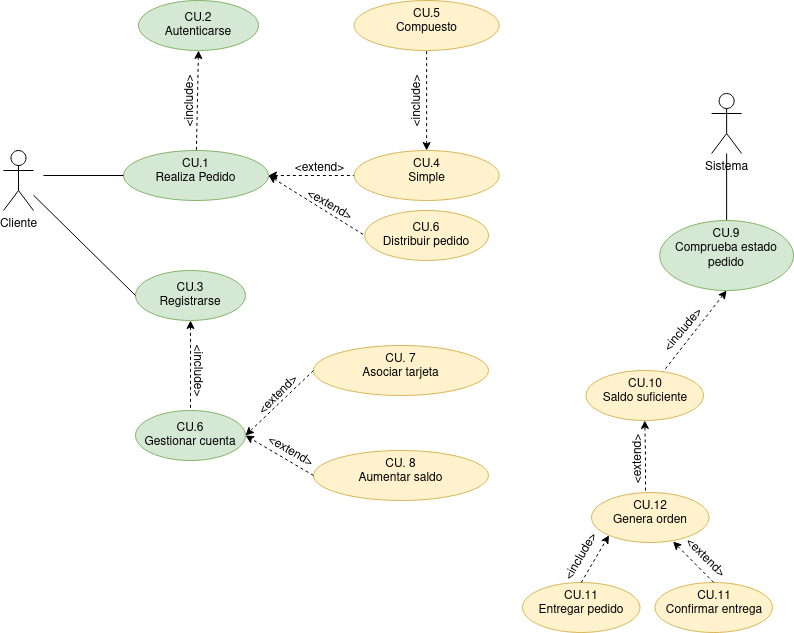
colidom/ets keeps this draw.io diagram as Tareas/casosUso/Tarea5-Tienda Virtual/TiendaVirtual.drawio.png. Above is the earlier version. Source tidied: cells renumbered, new cells last; positions are measured from the earlier drawing's top-left corner, leaving out a move shared by most shapes.
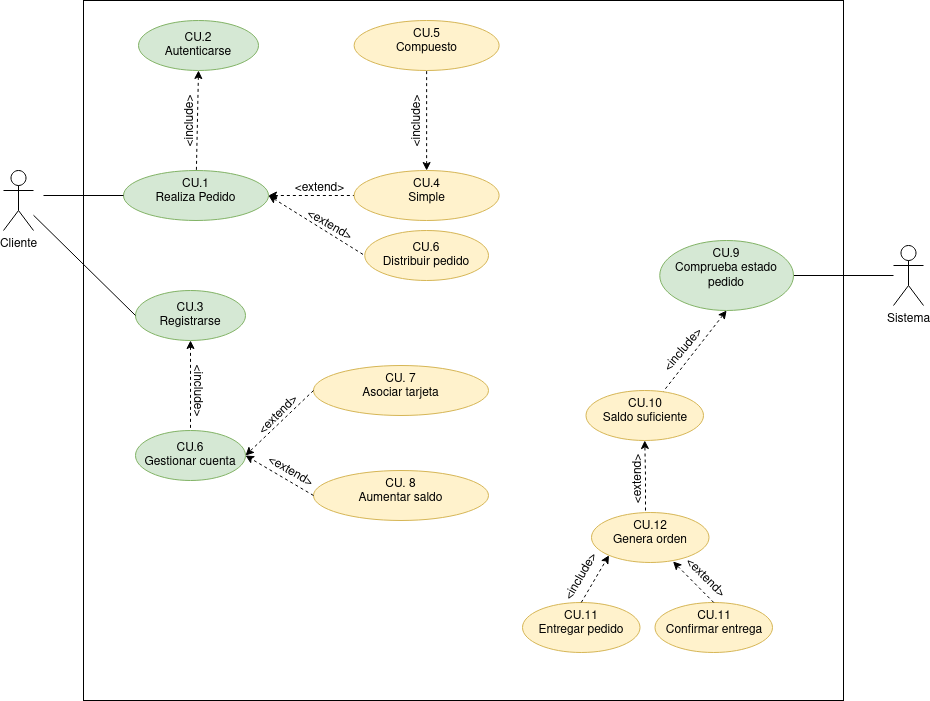
Later version of the same file.

What changed in the source:
```diff
@@ -2,6 +2,9 @@
   <root>
     <mxCell id="0" />
     <mxCell id="1" parent="0" />
+    <mxCell id="44" style="rounded=0;whiteSpace=wrap;html=1;" parent="1" vertex="1">
+      <mxGeometry x="80" y="-20" width="760" height="700" as="geometry" />
+    </mxCell>
     <mxCell id="2" style="rounded=0;jettySize=auto;html=1;entryX=0;entryY=0.5;entryDx=0;entryDy=0;dashed=1;" parent="1" edge="1" target="4">
       <mxGeometry relative="1" as="geometry">
         <mxPoint x="250" y="180" as="sourcePoint" />
@@ -35,7 +38,7 @@
       <mxGeometry relative="1" as="geometry" />
     </mxCell>
     <mxCell id="12" value="Sistema" style="shape=umlActor;verticalLabelPosition=bottom;verticalAlign=top;html=1;outlineConnect=0;" parent="1" vertex="1">
-      <mxGeometry x="708.1" y="93" width="30" height="60" as="geometry" />
+      <mxGeometry x="890" y="225" width="30" height="60" as="geometry" />
     </mxCell>
     <mxCell id="13" value="&lt;div&gt;CU.2&lt;/div&gt;&lt;div&gt;Autenticarse&lt;br&gt;&lt;/div&gt;" style="ellipse;whiteSpace=wrap;html=1;fillColor=#d5e8d4;strokeColor=#82b366;" parent="1" vertex="1">
       <mxGeometry x="135" width="120" height="50" as="geometry" />
```
